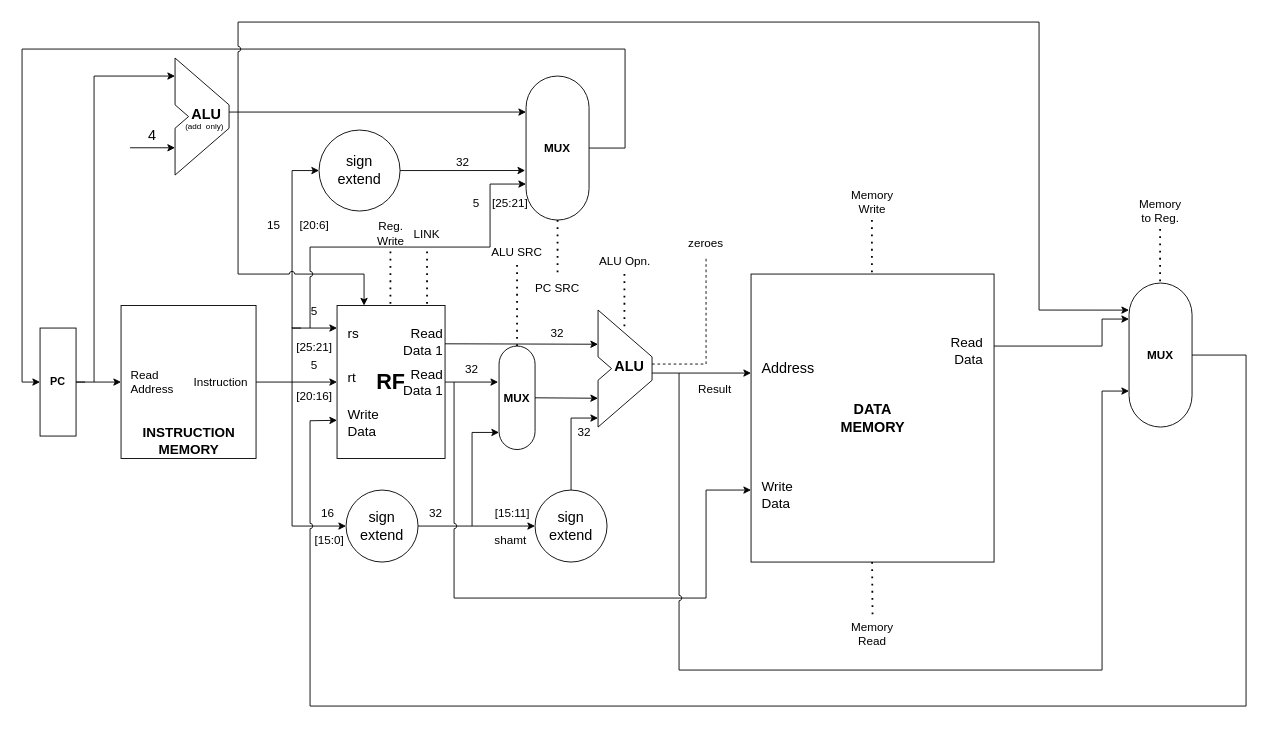
Earlier version of the draw.io diagram Data path.drawio (nespar7/CompilersLab). Source tidied: cells renumbered, new cells numbered last; positions are measured from the earlier drawing's top-left corner, leaving out a move shared by most shapes. Both pictures are drawn from the tidied source at 90%, with x=0, y=0 at pixel (22, 22).
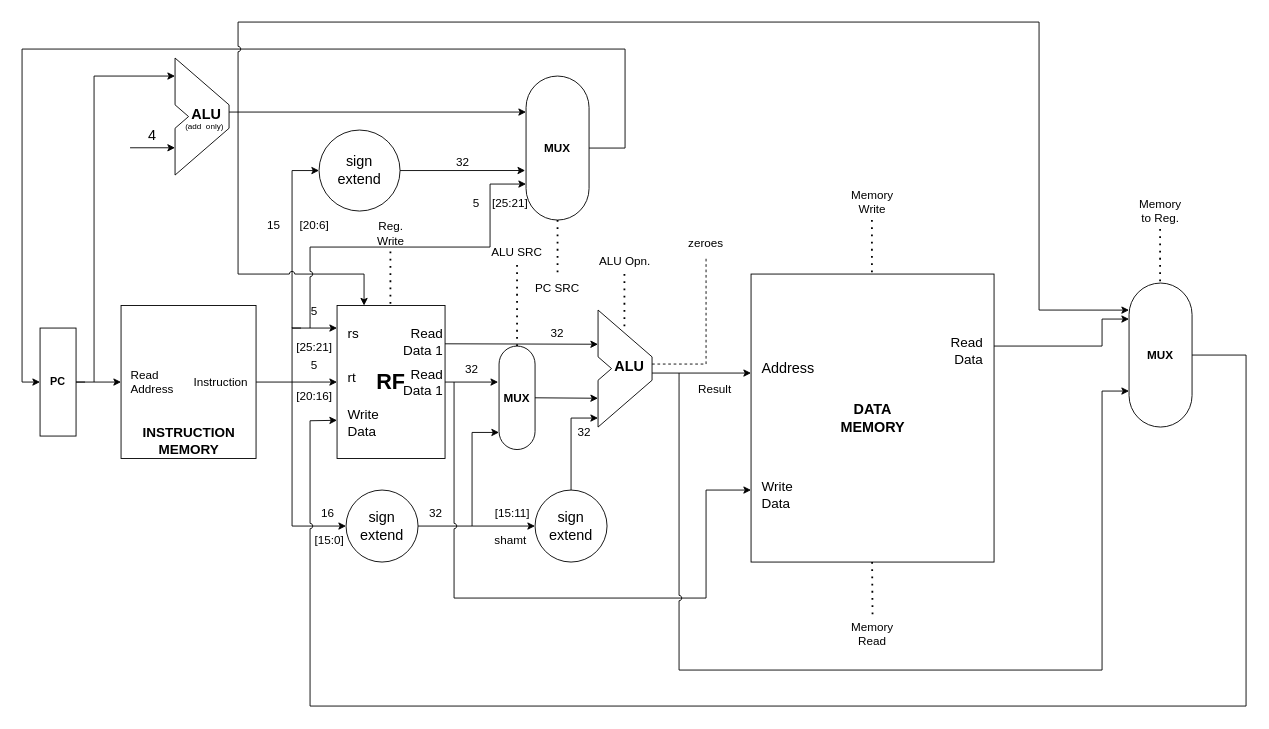
The same diagram, later.

Diff of the diagram source:
```diff
@@
-    <mxCell id="57" style="endArrow=none;dashed=1;html=1;dashPattern=1 3;strokeWidth=2;rounded=0;strokeColor=default;fontSize=13;jumpStyle=arc;exitX=0.5;exitY=1;exitDx=0;exitDy=0;" parent="1" edge="1">
-      <mxGeometry relative="1" as="geometry">
-        <mxPoint x="450" y="255" as="sourcePoint" />
-        <mxPoint x="450" y="315" as="targetPoint" />
-      </mxGeometry>
-    </mxCell>
@@
-    <mxCell id="94" value="LINK" style="text;html=1;strokeColor=none;fillColor=none;align=center;verticalAlign=middle;whiteSpace=wrap;rounded=0;fontSize=13;" parent="1" vertex="1">
-      <mxGeometry x="420" y="220" width="60" height="30" as="geometry" />
-    </mxCell>
```
